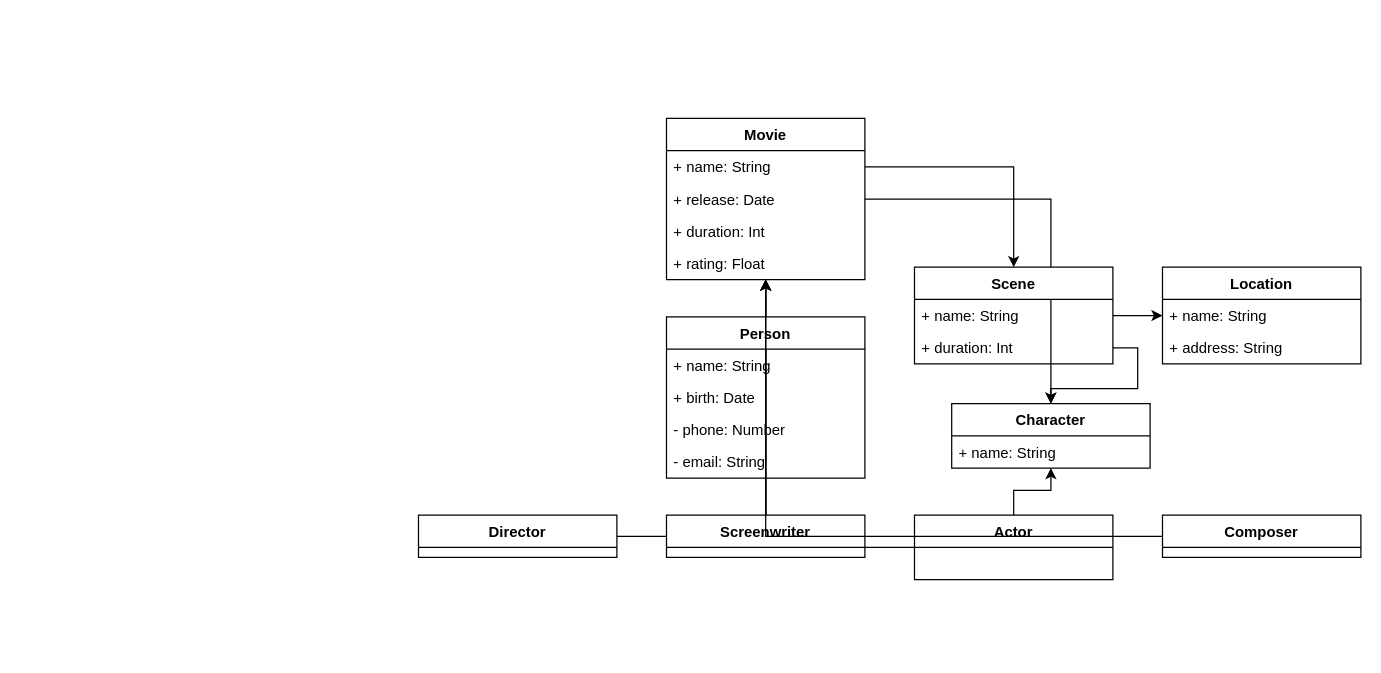
Before: hw3-UML-and-OCL/movie.drawio in jiriklepl/NTIN043, a draw.io diagram. Source tidied: cells renumbered, new cells numbered last; positions are measured from the earlier drawing's top-left corner, leaving out a move shared by most shapes. Both pictures are drawn from the tidied source at 124%, with x=0, y=0 at pixel (418, 118).
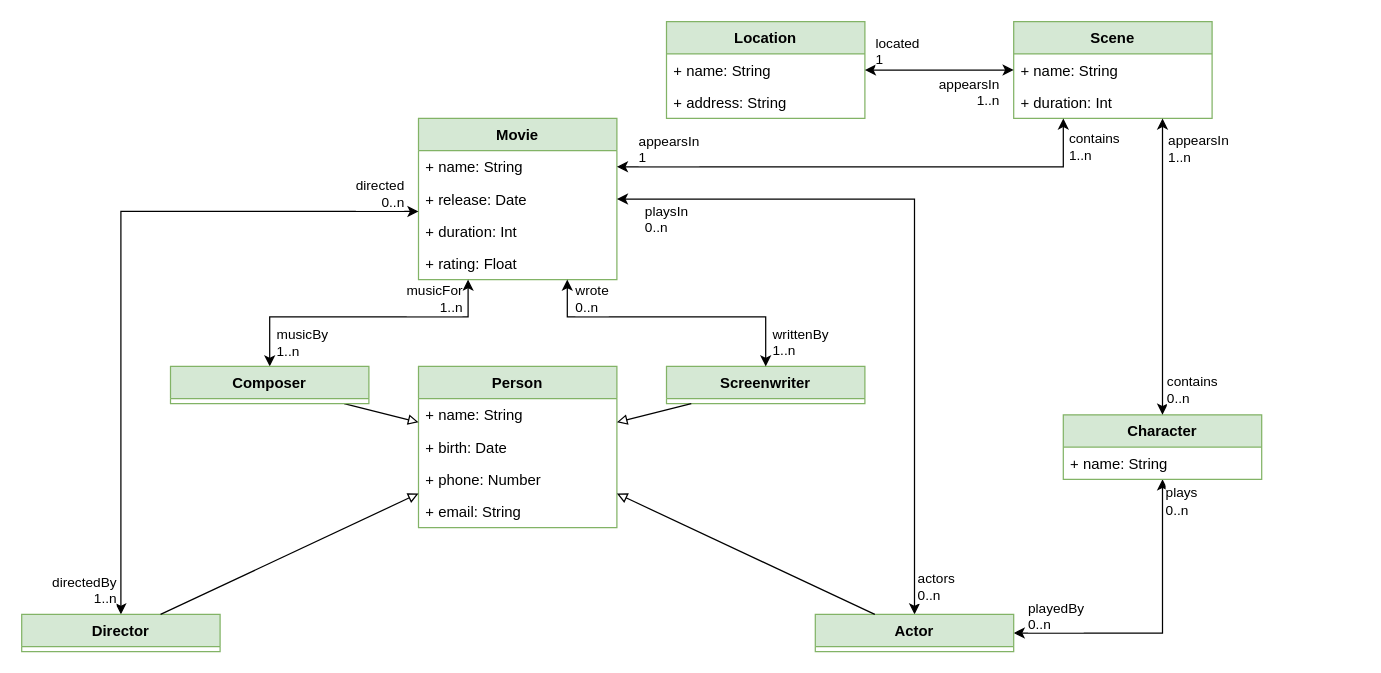
The same diagram, later.

Unchanged cells that the change refers to:
```xml
<mxCell id="4" value="+ name: String" style="text;strokeColor=none;fillColor=none;align=left;verticalAlign=top;spacingLeft=4;spacingRight=4;overflow=hidden;points=[[0,0.5],[1,0.5]];portConstraint=eastwest;" parent="3" vertex="1">
  <mxGeometry y="26" width="160" height="26" as="geometry" />
</mxCell>
<mxCell id="16" value="+ name: String" style="text;strokeColor=none;fillColor=none;align=left;verticalAlign=top;spacingLeft=4;spacingRight=4;overflow=hidden;points=[[0,0.5],[1,0.5]];portConstraint=eastwest;" parent="15" vertex="1">
  <mxGeometry y="26" width="160" height="26" as="geometry" />
</mxCell>
<mxCell id="17" value="+ duration: Int" style="text;strokeColor=none;fillColor=none;align=left;verticalAlign=top;spacingLeft=4;spacingRight=4;overflow=hidden;points=[[0,0.5],[1,0.5]];portConstraint=eastwest;" parent="15" vertex="1">
  <mxGeometry y="52" width="160" height="26" as="geometry" />
</mxCell>
```

The edit, as a diff of the source:
```diff
@@
-    <mxCell id="2" style="edgeStyle=orthogonalEdgeStyle;rounded=0;jettySize=auto;html=1;" parent="1" edge="1" source="3" target="13">
-      <mxGeometry relative="1" as="geometry" />
-    </mxCell>
-    <mxCell id="3" value="Movie" style="swimlane;fontStyle=1;align=center;verticalAlign=top;horizontal=1;startSize=26;" parent="1" vertex="1">
-      <mxGeometry x="200" width="160" height="130" as="geometry" />
+    <mxCell id="3" value="Movie" style="swimlane;fontStyle=1;align=center;verticalAlign=top;horizontal=1;startSize=26;fillColor=#d5e8d4;strokeColor=#82b366;" parent="1" vertex="1">
+      <mxGeometry width="160" height="130" as="geometry" />
     </mxCell>
@@
-    <mxCell id="8" style="edgeStyle=orthogonalEdgeStyle;rounded=0;jettySize=auto;html=1;" parent="1" edge="1" source="9" target="3">
-      <mxGeometry relative="1" as="geometry" />
+    <mxCell id="8" style="edgeStyle=orthogonalEdgeStyle;rounded=0;jettySize=auto;html=1;startArrow=classic;startFill=1;" parent="1" edge="1" source="9" target="3">
+      <mxGeometry relative="1" as="geometry">
+        <Array as="points">
+          <mxPoint x="-240" y="75" />
+        </Array>
+      </mxGeometry>
     </mxCell>
+    <mxCell id="33" value="directed&lt;br&gt;&lt;div&gt;0..n&lt;/div&gt;" style="edgeLabel;html=1;align=right;verticalAlign=middle;" parent="8" vertex="1">
+      <mxGeometry x="0.86" y="-1" relative="1" as="geometry">
+        <mxPoint x="29" y="-16" as="offset" />
+      </mxGeometry>
+    </mxCell>
+    <mxCell id="34" value="directedBy&lt;br&gt;1..n" style="edgeLabel;html=1;align=right;verticalAlign=bottom;" parent="8" vertex="1">
+      <mxGeometry x="-0.93" y="-1" relative="1" as="geometry">
+        <mxPoint x="-4" y="15" as="offset" />
+      </mxGeometry>
+    </mxCell>
-    <mxCell id="9" value="Director" style="swimlane;fontStyle=1;align=center;verticalAlign=top;horizontal=1;startSize=26;" parent="1" vertex="1">
-      <mxGeometry y="320" width="160" height="34" as="geometry" />
+    <mxCell id="9" value="Director" style="swimlane;fontStyle=1;align=center;verticalAlign=top;horizontal=1;startSize=26;fillColor=#d5e8d4;strokeColor=#82b366;" parent="1" vertex="1">
+      <mxGeometry x="-320" y="400" width="160" height="30" as="geometry" />
     </mxCell>
-    <mxCell id="10" style="edgeStyle=orthogonalEdgeStyle;rounded=0;jettySize=auto;html=1;" parent="1" edge="1" source="12" target="13">
+    <mxCell id="10" style="edgeStyle=orthogonalEdgeStyle;rounded=0;jettySize=auto;html=1;startArrow=classic;startFill=1;" parent="1" edge="1" source="12" target="13">
       <mxGeometry relative="1" as="geometry" />
     </mxCell>
+    <mxCell id="35" value="plays&lt;br&gt;&lt;div&gt;0..n&lt;/div&gt;" style="edgeLabel;html=1;align=left;verticalAlign=middle;" parent="10" vertex="1">
+      <mxGeometry x="0.86" y="-1" relative="1" as="geometry" />
+    </mxCell>
+    <mxCell id="36" value="playedBy&lt;br&gt;0..n" style="edgeLabel;html=1;align=left;verticalAlign=bottom;" parent="10" vertex="1">
+      <mxGeometry x="-0.83" y="-3" relative="1" as="geometry">
+        <mxPoint x="-11" y="-2" as="offset" />
+      </mxGeometry>
+    </mxCell>
-    <mxCell id="11" style="edgeStyle=orthogonalEdgeStyle;rounded=0;jettySize=auto;html=1;" parent="1" edge="1" source="12" target="3">
-      <mxGeometry relative="1" as="geometry" />
+    <mxCell id="11" style="edgeStyle=orthogonalEdgeStyle;rounded=0;jettySize=auto;html=1;startArrow=classic;startFill=1;" parent="1" edge="1" source="12" target="3">
+      <mxGeometry relative="1" as="geometry">
+        <Array as="points">
+          <mxPoint x="400" y="65" />
+        </Array>
+      </mxGeometry>
     </mxCell>
+    <mxCell id="37" value="playsIn&lt;br&gt;0..n" style="edgeLabel;html=1;align=left;verticalAlign=top;" parent="11" vertex="1">
+      <mxGeometry x="0.93" relative="1" as="geometry">
+        <mxPoint x="1" y="-3" as="offset" />
+      </mxGeometry>
+    </mxCell>
+    <mxCell id="38" value="actors&lt;br&gt;0..n" style="edgeLabel;html=1;align=left;verticalAlign=middle;" parent="11" vertex="1">
+      <mxGeometry x="-0.92" relative="1" as="geometry">
+        <mxPoint x="1" as="offset" />
+      </mxGeometry>
+    </mxCell>
-    <mxCell id="12" value="Actor" style="swimlane;fontStyle=1;align=center;verticalAlign=top;horizontal=1;startSize=26;" parent="1" vertex="1">
-      <mxGeometry x="400" y="320" width="160" height="52" as="geometry" />
+    <mxCell id="12" value="Actor" style="swimlane;fontStyle=1;align=center;verticalAlign=top;horizontal=1;startSize=26;fillColor=#d5e8d4;strokeColor=#82b366;" parent="1" vertex="1">
+      <mxGeometry x="320" y="400" width="160" height="30" as="geometry" />
     </mxCell>
-    <mxCell id="13" value="Character" style="swimlane;fontStyle=1;align=center;verticalAlign=top;horizontal=1;startSize=26;" parent="1" vertex="1">
-      <mxGeometry x="430" y="230" width="160" height="52" as="geometry" />
+    <mxCell id="13" value="Character" style="swimlane;fontStyle=1;align=center;verticalAlign=top;horizontal=1;startSize=26;fillColor=#d5e8d4;strokeColor=#82b366;" parent="1" vertex="1">
+      <mxGeometry x="520" y="239" width="160" height="52" as="geometry" />
     </mxCell>
@@
-    <mxCell id="15" value="Scene" style="swimlane;fontStyle=1;align=center;verticalAlign=top;horizontal=1;startSize=26;" parent="1" vertex="1">
-      <mxGeometry x="400" y="120" width="160" height="78" as="geometry" />
+    <mxCell id="15" value="Scene" style="swimlane;fontStyle=1;align=center;verticalAlign=top;horizontal=1;startSize=26;fillColor=#d5e8d4;strokeColor=#82b366;" parent="1" vertex="1">
+      <mxGeometry x="480" y="-78" width="160" height="78" as="geometry" />
     </mxCell>
@@
-    <mxCell id="18" value="Location" style="swimlane;fontStyle=1;align=center;verticalAlign=top;horizontal=1;startSize=26;" parent="1" vertex="1">
-      <mxGeometry x="600" y="120" width="160" height="78" as="geometry" />
+    <mxCell id="18" value="Location" style="swimlane;fontStyle=1;align=center;verticalAlign=top;horizontal=1;startSize=26;fillColor=#d5e8d4;strokeColor=#82b366;" parent="1" vertex="1">
+      <mxGeometry x="200" y="-78" width="160" height="78" as="geometry" />
     </mxCell>
@@
-    <mxCell id="21" value="Person" style="swimlane;fontStyle=1;align=center;verticalAlign=top;horizontal=1;startSize=26;" parent="1" vertex="1">
-      <mxGeometry x="200" y="160" width="160" height="130" as="geometry" />
+    <mxCell id="21" value="Person" style="swimlane;fontStyle=1;align=center;verticalAlign=top;horizontal=1;startSize=26;fillColor=#d5e8d4;strokeColor=#82b366;" parent="1" vertex="1">
+      <mxGeometry y="200" width="160" height="130" as="geometry" />
     </mxCell>
@@
-    <mxCell id="24" value="- phone: Number" style="text;strokeColor=none;fillColor=none;align=left;verticalAlign=top;spacingLeft=4;spacingRight=4;overflow=hidden;" parent="21" vertex="1">
+    <mxCell id="24" value="+ phone: Number" style="text;strokeColor=none;fillColor=none;align=left;verticalAlign=top;spacingLeft=4;spacingRight=4;overflow=hidden;" parent="21" vertex="1">
       <mxGeometry y="78" width="160" height="26" as="geometry" />
     </mxCell>
-    <mxCell id="25" value="- email: String" style="text;strokeColor=none;fillColor=none;align=left;verticalAlign=top;spacingLeft=4;spacingRight=4;overflow=hidden;" parent="21" vertex="1">
+    <mxCell id="25" value="+ email: String" style="text;strokeColor=none;fillColor=none;align=left;verticalAlign=top;spacingLeft=4;spacingRight=4;overflow=hidden;" parent="21" vertex="1">
       <mxGeometry y="104" width="160" height="26" as="geometry" />
     </mxCell>
-    <mxCell id="26" style="edgeStyle=orthogonalEdgeStyle;rounded=0;jettySize=auto;html=1;" parent="1" edge="1" source="27" target="3">
-      <mxGeometry relative="1" as="geometry" />
-    </mxCell>
-    <mxCell id="27" value="Screenwriter" style="swimlane;fontStyle=1;align=center;verticalAlign=top;horizontal=1;startSize=26;" parent="1" vertex="1">
-      <mxGeometry x="200" y="320" width="160" height="34" as="geometry" />
+    <mxCell id="27" value="Screenwriter" style="swimlane;fontStyle=1;align=center;verticalAlign=top;horizontal=1;startSize=26;fillColor=#d5e8d4;strokeColor=#82b366;" parent="1" vertex="1">
+      <mxGeometry x="200" y="200" width="160" height="30" as="geometry" />
     </mxCell>
-    <mxCell id="28" style="edgeStyle=orthogonalEdgeStyle;rounded=0;jettySize=auto;html=1;" parent="1" edge="1" source="29" target="3">
-      <mxGeometry relative="1" as="geometry" />
+    <mxCell id="28" style="edgeStyle=orthogonalEdgeStyle;rounded=0;jettySize=auto;html=1;startArrow=classic;startFill=1;" parent="1" edge="1" source="29" target="3">
+      <mxGeometry relative="1" as="geometry">
+        <Array as="points">
+          <mxPoint x="-120" y="160" />
+          <mxPoint x="40" y="160" />
+        </Array>
+      </mxGeometry>
     </mxCell>
+    <mxCell id="39" value="musicBy&lt;br&gt;1..n" style="edgeLabel;html=1;align=left;verticalAlign=middle;" parent="28" vertex="1">
+      <mxGeometry x="-0.52" y="-3" relative="1" as="geometry">
+        <mxPoint x="-11" y="17" as="offset" />
+      </mxGeometry>
+    </mxCell>
+    <mxCell id="40" value="&lt;div style=&quot;&quot;&gt;musicFor&lt;/div&gt;1..n" style="edgeLabel;html=1;align=right;verticalAlign=middle;" parent="28" vertex="1">
+      <mxGeometry x="0.58" y="2" relative="1" as="geometry">
+        <mxPoint x="14" y="-13" as="offset" />
+      </mxGeometry>
+    </mxCell>
+    <mxCell id="30" style="edgeStyle=orthogonalEdgeStyle;rounded=0;jettySize=auto;html=1;startArrow=classic;startFill=1;" parent="1" edge="1" source="16" target="18">
+      <mxGeometry relative="1" as="geometry" />
+    </mxCell>
+    <mxCell id="41" value="&lt;div&gt;located&lt;/div&gt;&lt;div&gt;1&lt;/div&gt;" style="edgeLabel;html=1;align=left;verticalAlign=bottom;" parent="30" vertex="1">
+      <mxGeometry x="0.68" y="1" relative="1" as="geometry">
+        <mxPoint x="-12" y="-1" as="offset" />
+      </mxGeometry>
+    </mxCell>
+    <mxCell id="42" value="appearsIn&lt;br&gt;1..n" style="edgeLabel;html=1;align=right;verticalAlign=top;" parent="30" vertex="1">
+      <mxGeometry x="-0.7" y="2" relative="1" as="geometry">
+        <mxPoint x="7" y="-3" as="offset" />
+      </mxGeometry>
+    </mxCell>
+    <mxCell id="31" style="edgeStyle=orthogonalEdgeStyle;rounded=0;jettySize=auto;html=1;startArrow=classic;startFill=1;" parent="1" edge="1" source="3" target="15">
+      <mxGeometry relative="1" as="geometry">
+        <Array as="points">
+          <mxPoint x="520" y="39" />
+        </Array>
+      </mxGeometry>
+    </mxCell>
+    <mxCell id="43" value="contains&lt;br&gt;1..n" style="edgeLabel;html=1;align=left;verticalAlign=middle;" parent="31" vertex="1">
+      <mxGeometry x="0.84" y="1" relative="1" as="geometry">
+        <mxPoint x="4" y="-10" as="offset" />
+      </mxGeometry>
+    </mxCell>
+    <mxCell id="44" value="appearsIn&lt;br&gt;1" style="edgeLabel;html=1;align=left;verticalAlign=bottom;" parent="31" vertex="1">
+      <mxGeometry x="-0.92" y="-2" relative="1" as="geometry">
+        <mxPoint y="-1" as="offset" />
+      </mxGeometry>
+    </mxCell>
+    <mxCell id="32" style="edgeStyle=orthogonalEdgeStyle;rounded=0;jettySize=auto;html=1;startArrow=classic;startFill=1;" parent="1" edge="1" source="15" target="13">
+      <mxGeometry relative="1" as="geometry">
+        <Array as="points">
+          <mxPoint x="600" y="30" />
+          <mxPoint x="600" y="30" />
+        </Array>
+      </mxGeometry>
+    </mxCell>
+    <mxCell id="45" value="appearsIn&lt;br&gt;1..n" style="edgeLabel;html=1;align=left;verticalAlign=middle;" parent="32" vertex="1">
+      <mxGeometry x="-0.79" y="4" relative="1" as="geometry">
+        <mxPoint x="-1" y="-1" as="offset" />
+      </mxGeometry>
+    </mxCell>
+    <mxCell id="46" value="contains&lt;br&gt;0..n" style="edgeLabel;html=1;align=left;verticalAlign=middle;" parent="32" vertex="1">
+      <mxGeometry x="0.7" y="4" relative="1" as="geometry">
+        <mxPoint x="-2" y="15" as="offset" />
+      </mxGeometry>
+    </mxCell>
+    <mxCell id="47" style="endArrow=block;html=1;endFill=0;" parent="1" edge="1" source="9" target="21">
+      <mxGeometry relative="1" as="geometry" />
+    </mxCell>
+    <mxCell id="48" style="endArrow=block;html=1;endFill=0;" parent="1" edge="1" source="27" target="21">
+      <mxGeometry relative="1" as="geometry" />
+    </mxCell>
+    <mxCell id="49" style="endArrow=block;html=1;endFill=0;" parent="1" edge="1" source="12" target="21">
+      <mxGeometry relative="1" as="geometry" />
+    </mxCell>
+    <mxCell id="50" style="endArrow=block;html=1;endFill=0;" parent="1" edge="1" source="29" target="21">
+      <mxGeometry relative="1" as="geometry" />
+    </mxCell>
-    <mxCell id="29" value="Composer" style="swimlane;fontStyle=1;align=center;verticalAlign=top;horizontal=1;startSize=26;" parent="1" vertex="1">
-      <mxGeometry x="600" y="320" width="160" height="34" as="geometry" />
+    <mxCell id="29" value="Composer" style="swimlane;fontStyle=1;align=center;verticalAlign=top;horizontal=1;startSize=26;fillColor=#d5e8d4;strokeColor=#82b366;" parent="1" vertex="1">
+      <mxGeometry x="-200" y="200" width="160" height="30" as="geometry" />
     </mxCell>
-    <mxCell id="30" style="edgeStyle=orthogonalEdgeStyle;rounded=0;jettySize=auto;html=1;" parent="1" edge="1" source="16" target="18">
-      <mxGeometry relative="1" as="geometry" />
-    </mxCell>
-    <mxCell id="31" style="edgeStyle=orthogonalEdgeStyle;rounded=0;jettySize=auto;html=1;" parent="1" edge="1" source="4" target="15">
-      <mxGeometry relative="1" as="geometry" />
-    </mxCell>
-    <mxCell id="32" style="edgeStyle=orthogonalEdgeStyle;rounded=0;jettySize=auto;html=1;" parent="1" edge="1" source="17" target="13">
-      <mxGeometry relative="1" as="geometry" />
-    </mxCell>
+    <mxCell id="26" style="edgeStyle=orthogonalEdgeStyle;rounded=0;jettySize=auto;html=1;startArrow=classic;startFill=1;" parent="1" edge="1" source="27" target="3">
+      <mxGeometry relative="1" as="geometry">
+        <Array as="points">
+          <mxPoint x="280" y="160" />
+          <mxPoint x="120" y="160" />
+        </Array>
+      </mxGeometry>
+    </mxCell>
+    <mxCell id="51" value="wrote&lt;br&gt;&lt;div&gt;0..n&lt;/div&gt;" style="edgeLabel;html=1;align=left;verticalAlign=middle;" parent="26" vertex="1">
+      <mxGeometry x="0.63" relative="1" as="geometry">
+        <mxPoint x="-8" y="-15" as="offset" />
+      </mxGeometry>
+    </mxCell>
+    <mxCell id="52" value="writtenBy&lt;br&gt;1..n" style="edgeLabel;html=1;align=left;verticalAlign=bottom;" parent="26" vertex="1">
+      <mxGeometry x="-0.7" y="1" relative="1" as="geometry">
+        <mxPoint x="5" y="30" as="offset" />
+      </mxGeometry>
+    </mxCell>
```
